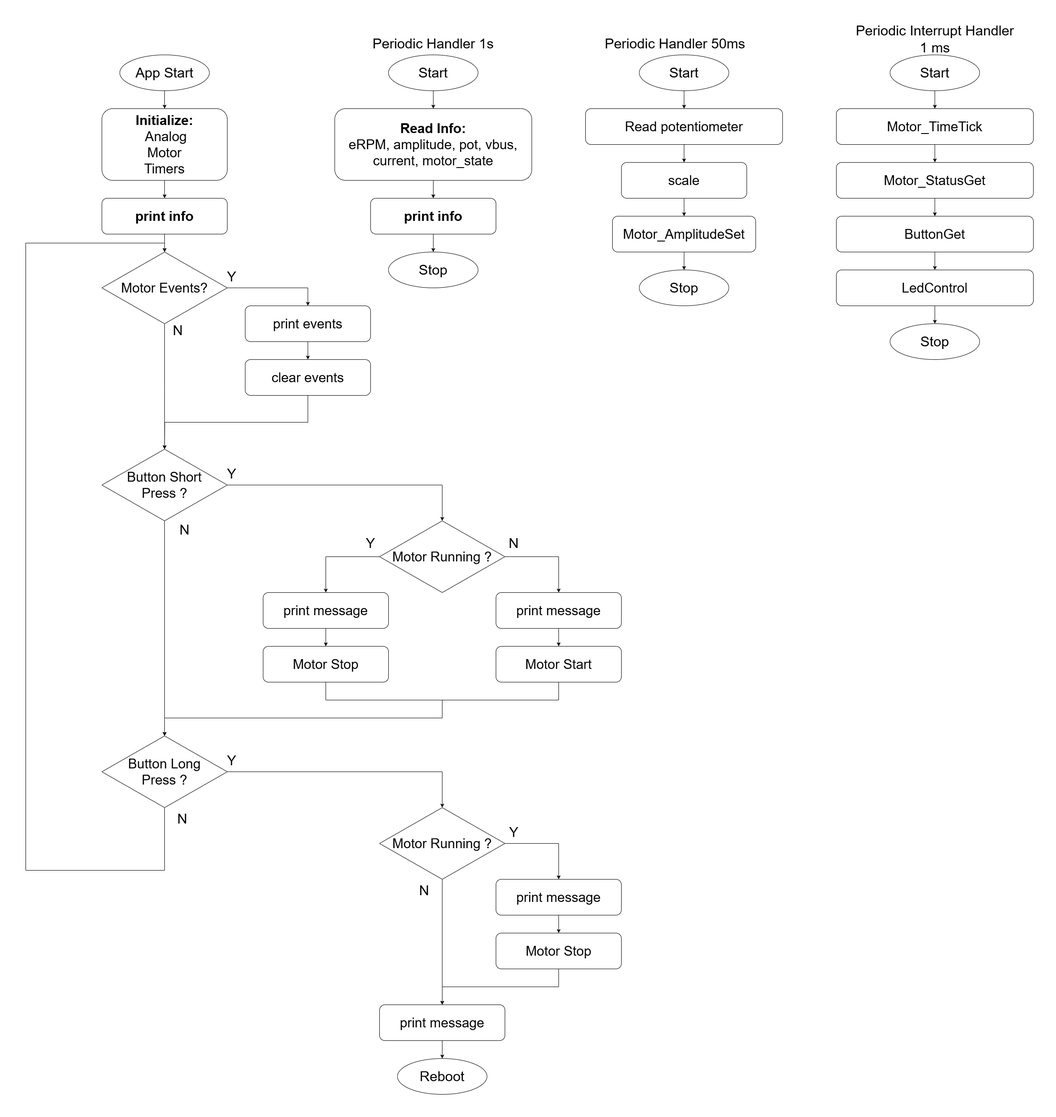
Earlier version of the draw.io export images/application_flowchart.png (microchip-pic-avr-examples/avr-motor-control-high-speed). Source tidied: cells renumbered, new cells last; positions are measured from the earlier drawing's top-left corner, leaving out a move shared by most shapes.
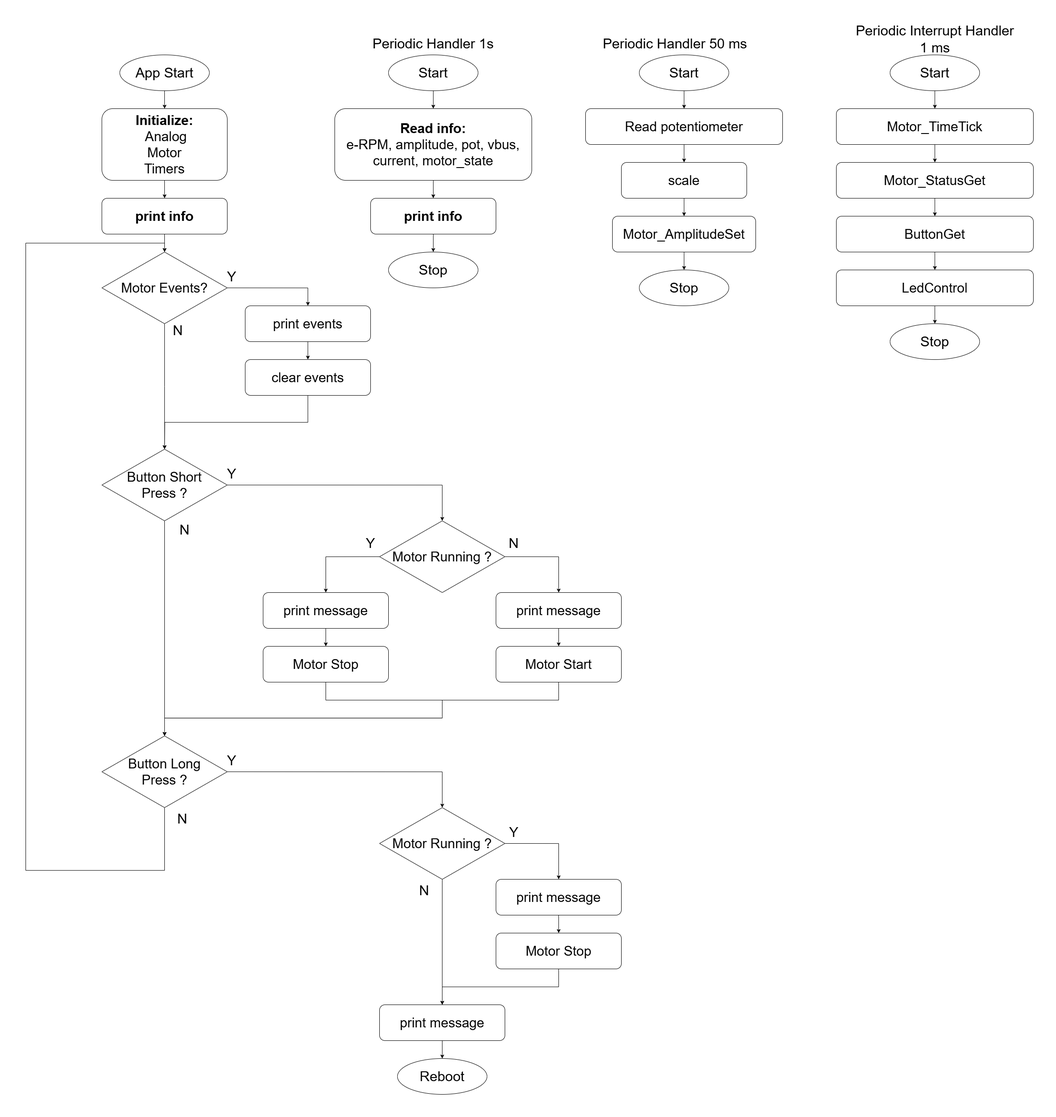
After the change.

Change to the diagram source:
```diff
@@ -26,7 +26,7 @@
     <mxCell id="9" style="edgeStyle=orthogonalEdgeStyle;rounded=0;jettySize=auto;html=1;exitX=0.5;exitY=1;exitDx=0;exitDy=0;entryX=0.5;entryY=0;entryDx=0;entryDy=0;" parent="1" edge="1" source="10" target="12">
       <mxGeometry relative="1" as="geometry" />
     </mxCell>
-    <mxCell id="10" value="&lt;span style=&quot;font-size: 30px;&quot;&gt;&lt;b&gt;Read Info:&lt;/b&gt;&lt;/span&gt;&lt;div&gt;&lt;span style=&quot;font-size: 30px;&quot;&gt;eRPM, amplitude, pot, vbus, current, motor_state&lt;/span&gt;&lt;/div&gt;" style="rounded=1;whiteSpace=wrap;html=1;" parent="1" vertex="1">
+    <mxCell id="10" value="&lt;span style=&quot;font-size: 30px;&quot;&gt;&lt;b&gt;Read info:&lt;/b&gt;&lt;/span&gt;&lt;div&gt;&lt;span style=&quot;font-size: 30px;&quot;&gt;e-RPM, amplitude, pot, vbus, current, motor_state&lt;/span&gt;&lt;/div&gt;" style="rounded=1;whiteSpace=wrap;html=1;" parent="1" vertex="1">
       <mxGeometry x="690" y="170" width="440" height="160" as="geometry" />
     </mxCell>
     <mxCell id="11" style="edgeStyle=orthogonalEdgeStyle;rounded=0;jettySize=auto;html=1;exitX=0.5;exitY=1;exitDx=0;exitDy=0;entryX=0.5;entryY=0;entryDx=0;entryDy=0;" parent="1" edge="1" source="12" target="13">
@@ -44,7 +44,7 @@
     <mxCell id="15" value="&lt;font style=&quot;font-size: 31px;&quot;&gt;Start&lt;/font&gt;" style="ellipse;whiteSpace=wrap;html=1;" parent="1" vertex="1">
       <mxGeometry x="1370" y="50" width="200" height="80" as="geometry" />
     </mxCell>
-    <mxCell id="16" value="&lt;span style=&quot;font-size: 31px;&quot;&gt;Periodic Handler 50ms&lt;/span&gt;" style="text;html=1;align=center;verticalAlign=middle;whiteSpace=wrap;rounded=0;" parent="1" vertex="1">
+    <mxCell id="16" value="&lt;span style=&quot;font-size: 31px;&quot;&gt;Periodic Handler 50 ms&lt;/span&gt;" style="text;html=1;align=center;verticalAlign=middle;whiteSpace=wrap;rounded=0;" parent="1" vertex="1">
       <mxGeometry x="1250" y="10" width="400" height="30" as="geometry" />
     </mxCell>
     <mxCell id="17" style="edgeStyle=orthogonalEdgeStyle;rounded=0;jettySize=auto;html=1;exitX=0.5;exitY=1;exitDx=0;exitDy=0;entryX=0.5;entryY=0;entryDx=0;entryDy=0;" parent="1" edge="1" source="18" target="20">
```
